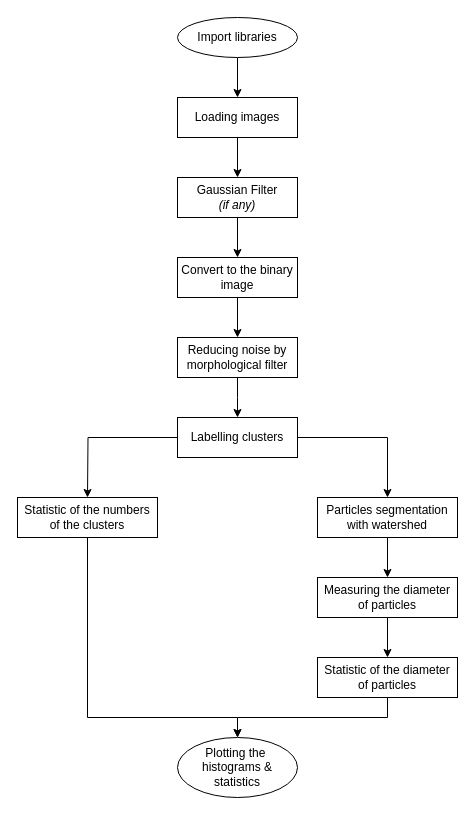
Before: OIP final project Group 5.drawio in baotriet/OIP_FinalProject, a draw.io diagram. Source tidied: cells renumbered, new cells numbered last; positions are measured from the earlier drawing's top-left corner, leaving out a move shared by most shapes. Both pictures are drawn from the tidied source at 100%, with x=0, y=0 at pixel (17, 17).
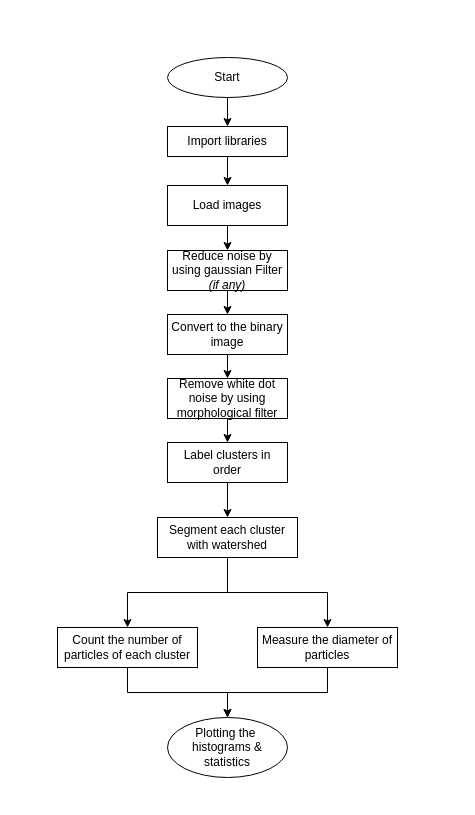
After the change.

What changed in the source:
```diff
@@
-    <mxCell id="2" style="edgeStyle=orthogonalEdgeStyle;rounded=0;jettySize=auto;html=1;exitX=0.5;exitY=1;exitDx=0;exitDy=0;entryX=0.5;entryY=0;entryDx=0;entryDy=0;" parent="1" edge="1" source="3" target="5">
-      <mxGeometry relative="1" as="geometry" />
-    </mxCell>
+    <mxCell id="24" style="edgeStyle=orthogonalEdgeStyle;rounded=0;jettySize=auto;html=1;entryX=0.5;entryY=0;entryDx=0;entryDy=0;" parent="1" edge="1" source="3" target="28">
+      <mxGeometry relative="1" as="geometry" />
+    </mxCell>
-    <mxCell id="3" value="Import libraries" style="ellipse;whiteSpace=wrap;html=1;" parent="1" vertex="1">
-      <mxGeometry x="160" width="120" height="40" as="geometry" />
+    <mxCell id="3" value="Start" style="ellipse;whiteSpace=wrap;html=1;" parent="1" vertex="1">
+      <mxGeometry x="150" y="40" width="120" height="40" as="geometry" />
     </mxCell>
-    <mxCell id="4" style="edgeStyle=orthogonalEdgeStyle;rounded=0;jettySize=auto;html=1;exitX=0.5;exitY=1;exitDx=0;exitDy=0;entryX=0.5;entryY=0;entryDx=0;entryDy=0;" parent="1" edge="1" source="5" target="7">
+    <mxCell id="4" style="edgeStyle=orthogonalEdgeStyle;rounded=0;jettySize=auto;html=1;" parent="1" edge="1" source="5" target="7">
       <mxGeometry relative="1" as="geometry" />
     </mxCell>
-    <mxCell id="5" value="Loading images" style="rounded=0;whiteSpace=wrap;html=1;" parent="1" vertex="1">
-      <mxGeometry x="160" y="80" width="120" height="40" as="geometry" />
+    <mxCell id="5" value="Load images" style="rounded=0;whiteSpace=wrap;html=1;" parent="1" vertex="1">
+      <mxGeometry x="150" y="168" width="120" height="40" as="geometry" />
     </mxCell>
@@
-    <mxCell id="7" value="Gaussian Filter &lt;br&gt;&lt;i&gt;(if any)&lt;/i&gt;" style="rounded=0;whiteSpace=wrap;html=1;" parent="1" vertex="1">
-      <mxGeometry x="160" y="160" width="120" height="40" as="geometry" />
+    <mxCell id="7" value="Reduce noise by using gaussian Filter &lt;br&gt;&lt;i&gt;(if any)&lt;/i&gt;" style="rounded=0;whiteSpace=wrap;html=1;" parent="1" vertex="1">
+      <mxGeometry x="150" y="233" width="120" height="40" as="geometry" />
     </mxCell>
-    <mxCell id="8" style="edgeStyle=orthogonalEdgeStyle;rounded=0;jettySize=auto;html=1;" parent="1" edge="1" source="9">
-      <mxGeometry relative="1" as="geometry">
-        <mxPoint x="220" y="400" as="targetPoint" />
-      </mxGeometry>
-    </mxCell>
+    <mxCell id="25" style="edgeStyle=orthogonalEdgeStyle;rounded=0;jettySize=auto;html=1;" parent="1" edge="1" source="9" target="19">
+      <mxGeometry relative="1" as="geometry" />
+    </mxCell>
-    <mxCell id="9" value="Reducing noise by morphological filter" style="rounded=0;whiteSpace=wrap;html=1;" parent="1" vertex="1">
-      <mxGeometry x="160" y="320" width="120" height="40" as="geometry" />
+    <mxCell id="9" value="Remove white dot noise by using morphological filter" style="rounded=0;whiteSpace=wrap;html=1;" parent="1" vertex="1">
+      <mxGeometry x="150" y="361" width="120" height="40" as="geometry" />
     </mxCell>
@@
     <mxCell id="11" value="Convert to the binary image" style="rounded=0;whiteSpace=wrap;html=1;" parent="1" vertex="1">
-      <mxGeometry x="160" y="240" width="120" height="40" as="geometry" />
+      <mxGeometry x="150" y="297" width="120" height="40" as="geometry" />
     </mxCell>
-    <mxCell id="12" style="edgeStyle=orthogonalEdgeStyle;rounded=0;jettySize=auto;html=1;exitX=0.5;exitY=1;exitDx=0;exitDy=0;" parent="1" edge="1" target="16">
-      <mxGeometry relative="1" as="geometry">
-        <mxPoint x="70" y="520" as="sourcePoint" />
-        <Array as="points">
-          <mxPoint x="70" y="700" />
-          <mxPoint x="220" y="700" />
-        </Array>
-      </mxGeometry>
-    </mxCell>
-    <mxCell id="13" value="&lt;div&gt;Statistic of the numbers of the clusters&lt;/div&gt;" style="rounded=0;whiteSpace=wrap;html=1;" parent="1" vertex="1">
-      <mxGeometry y="480" width="140" height="40" as="geometry" />
-    </mxCell>
-    <mxCell id="14" style="edgeStyle=orthogonalEdgeStyle;rounded=0;jettySize=auto;html=1;" parent="1" edge="1" source="15" target="23">
+    <mxCell id="14" style="edgeStyle=orthogonalEdgeStyle;rounded=0;jettySize=auto;html=1;entryX=0.5;entryY=0;entryDx=0;entryDy=0;" parent="1" edge="1" source="15" target="16">
       <mxGeometry relative="1" as="geometry" />
     </mxCell>
-    <mxCell id="15" value="&lt;div&gt;&lt;div&gt;Measuring the diameter of particles&lt;/div&gt;&lt;/div&gt;" style="rounded=0;whiteSpace=wrap;html=1;" parent="1" vertex="1">
-      <mxGeometry x="300" y="560" width="140" height="40" as="geometry" />
+    <mxCell id="15" value="&lt;div&gt;&lt;div&gt;Measure the diameter of particles&lt;/div&gt;&lt;/div&gt;" style="rounded=0;whiteSpace=wrap;html=1;" parent="1" vertex="1">
+      <mxGeometry x="240" y="610" width="140" height="40" as="geometry" />
     </mxCell>
     <mxCell id="16" value="Plotting the&amp;nbsp;&lt;br&gt;histograms &amp;amp; statistics" style="ellipse;whiteSpace=wrap;html=1;" parent="1" vertex="1">
-      <mxGeometry x="160" y="720" width="120" height="60" as="geometry" />
+      <mxGeometry x="150" y="700" width="120" height="60" as="geometry" />
     </mxCell>
-    <mxCell id="17" style="edgeStyle=orthogonalEdgeStyle;rounded=0;jettySize=auto;html=1;exitX=0;exitY=0.5;exitDx=0;exitDy=0;" parent="1" edge="1" source="19">
-      <mxGeometry relative="1" as="geometry">
-        <mxPoint x="70" y="480" as="targetPoint" />
-      </mxGeometry>
-    </mxCell>
-    <mxCell id="18" style="edgeStyle=orthogonalEdgeStyle;rounded=0;jettySize=auto;html=1;exitX=1;exitY=0.5;exitDx=0;exitDy=0;" parent="1" edge="1" source="19" target="21">
+    <mxCell id="18" style="edgeStyle=orthogonalEdgeStyle;rounded=0;jettySize=auto;html=1;entryX=0.5;entryY=0;entryDx=0;entryDy=0;" parent="1" edge="1" source="19" target="21">
       <mxGeometry relative="1" as="geometry" />
     </mxCell>
-    <mxCell id="19" value="Labelling clusters" style="rounded=0;whiteSpace=wrap;html=1;" parent="1" vertex="1">
-      <mxGeometry x="160" y="400" width="120" height="40" as="geometry" />
+    <mxCell id="19" value="Label clusters in order" style="rounded=0;whiteSpace=wrap;html=1;" parent="1" vertex="1">
+      <mxGeometry x="150" y="425" width="120" height="40" as="geometry" />
     </mxCell>
@@
+    <mxCell id="26" style="edgeStyle=orthogonalEdgeStyle;rounded=0;jettySize=auto;html=1;entryX=0.5;entryY=0;entryDx=0;entryDy=0;" parent="1" edge="1" source="21" target="30">
+      <mxGeometry relative="1" as="geometry" />
+    </mxCell>
-    <mxCell id="21" value="Particles&amp;nbsp;segmentation with watershed" style="rounded=0;whiteSpace=wrap;html=1;" parent="1" vertex="1">
-      <mxGeometry x="300" y="480" width="140" height="40" as="geometry" />
+    <mxCell id="21" value="Segment each cluster with watershed" style="rounded=0;whiteSpace=wrap;html=1;" parent="1" vertex="1">
+      <mxGeometry x="140" y="500" width="140" height="40" as="geometry" />
     </mxCell>
-    <mxCell id="22" style="edgeStyle=orthogonalEdgeStyle;rounded=0;jettySize=auto;html=1;entryX=0.5;entryY=0;entryDx=0;entryDy=0;" parent="1" edge="1" source="23" target="16">
-      <mxGeometry relative="1" as="geometry">
-        <Array as="points">
-          <mxPoint x="370" y="700" />
-          <mxPoint x="220" y="700" />
-        </Array>
-      </mxGeometry>
-    </mxCell>
-    <mxCell id="23" value="&lt;div&gt;&lt;div&gt;&lt;span&gt;Statistic of&lt;/span&gt;&amp;nbsp;the diameter of particles&lt;/div&gt;&lt;/div&gt;" style="rounded=0;whiteSpace=wrap;html=1;" parent="1" vertex="1">
-      <mxGeometry x="300" y="640" width="140" height="40" as="geometry" />
-    </mxCell>
+    <mxCell id="27" style="edgeStyle=orthogonalEdgeStyle;rounded=0;jettySize=auto;html=1;" parent="1" edge="1" source="28" target="5">
+      <mxGeometry relative="1" as="geometry" />
+    </mxCell>
+    <mxCell id="28" value="&#10;&#10;&lt;span style=&quot;color: rgb(0, 0, 0); font-family: helvetica; font-size: 12px; font-style: normal; font-weight: 400; letter-spacing: normal; text-align: center; text-indent: 0px; text-transform: none; word-spacing: 0px; background-color: rgb(248, 249, 250); display: inline; float: none;&quot;&gt;Import libraries&lt;/span&gt;&#10;&#10;" style="rounded=0;whiteSpace=wrap;html=1;" parent="1" vertex="1">
+      <mxGeometry x="150" y="109" width="120" height="30" as="geometry" />
+    </mxCell>
+    <mxCell id="29" style="edgeStyle=orthogonalEdgeStyle;rounded=0;jettySize=auto;html=1;entryX=0.5;entryY=0;entryDx=0;entryDy=0;" parent="1" edge="1" source="30" target="16">
+      <mxGeometry relative="1" as="geometry" />
+    </mxCell>
+    <mxCell id="30" value="&lt;div&gt;&lt;div&gt;Count the number of particles of each cluster&lt;/div&gt;&lt;/div&gt;" style="rounded=0;whiteSpace=wrap;html=1;" parent="1" vertex="1">
+      <mxGeometry x="40" y="610" width="140" height="40" as="geometry" />
+    </mxCell>
```
